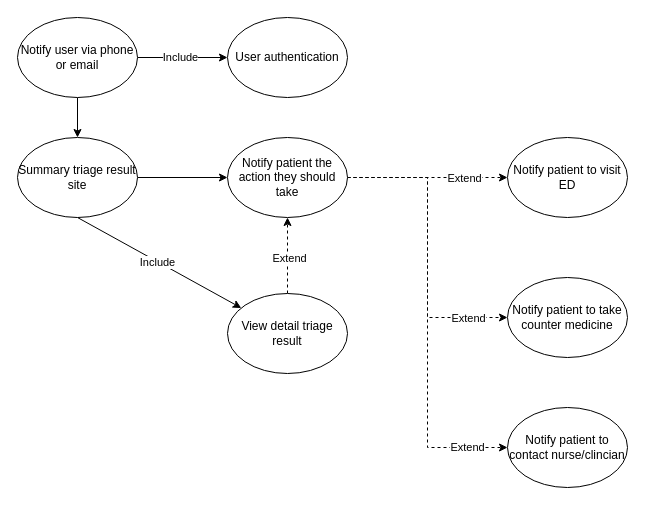
Before: Usecases/notify_user_UC.drawio in uvic-teach/project-m1-team8, a draw.io diagram. Source tidied: cells renumbered, new cells numbered last; positions are measured from the earlier drawing's top-left corner, leaving out a move shared by most shapes. Both pictures are drawn from the tidied source at 100%, with x=0, y=0 at pixel (17, 17).
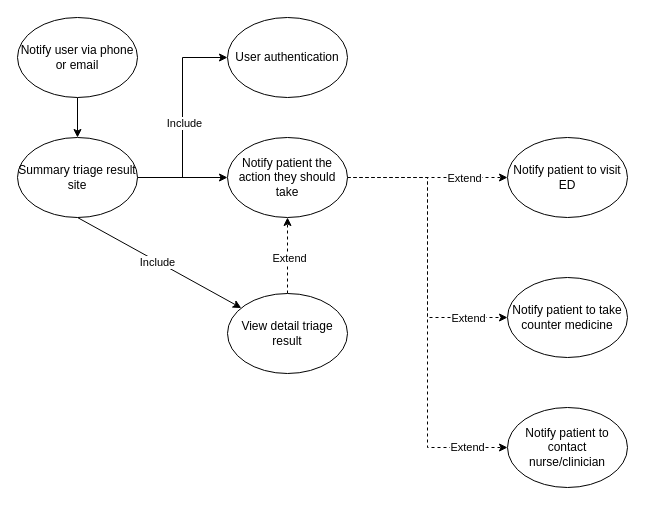
Above is the later version.

Commit message:
update access the summary file include authentication

The change refers to these unchanged cells:
```xml
<mxCell id="5" value="Notify user via phone or email" style="ellipse;whiteSpace=wrap;html=1;" parent="1" vertex="1">
  <mxGeometry width="120" height="80" as="geometry" />
</mxCell>
<mxCell id="6" value="User authentication" style="ellipse;whiteSpace=wrap;html=1;" parent="1" vertex="1">
  <mxGeometry x="210" width="120" height="80" as="geometry" />
</mxCell>
<mxCell id="10" value="Summary triage result site" style="ellipse;whiteSpace=wrap;html=1;" parent="1" vertex="1">
  <mxGeometry y="120" width="120" height="80" as="geometry" />
</mxCell>
```

The edit, as a diff of the source:
```diff
@@
-    <mxCell id="2" style="edgeStyle=orthogonalEdgeStyle;rounded=0;jettySize=auto;html=1;exitX=1;exitY=0.5;exitDx=0;exitDy=0;entryX=0;entryY=0.5;entryDx=0;entryDy=0;" parent="1" edge="1" source="5" target="6">
+    <mxCell id="2" style="edgeStyle=orthogonalEdgeStyle;rounded=0;jettySize=auto;html=1;exitX=1;exitY=0.5;exitDx=0;exitDy=0;entryX=0;entryY=0.5;entryDx=0;entryDy=0;" parent="1" edge="1" source="10" target="6">
       <mxGeometry relative="1" as="geometry" />
     </mxCell>
@@
-    <mxCell id="19" value="Notify patient to contact nurse/clincian" style="ellipse;whiteSpace=wrap;html=1;" parent="1" vertex="1">
+    <mxCell id="19" value="Notify patient to contact nurse/clinician" style="ellipse;whiteSpace=wrap;html=1;" parent="1" vertex="1">
       <mxGeometry x="490" y="390" width="120" height="80" as="geometry" />
     </mxCell>
```
